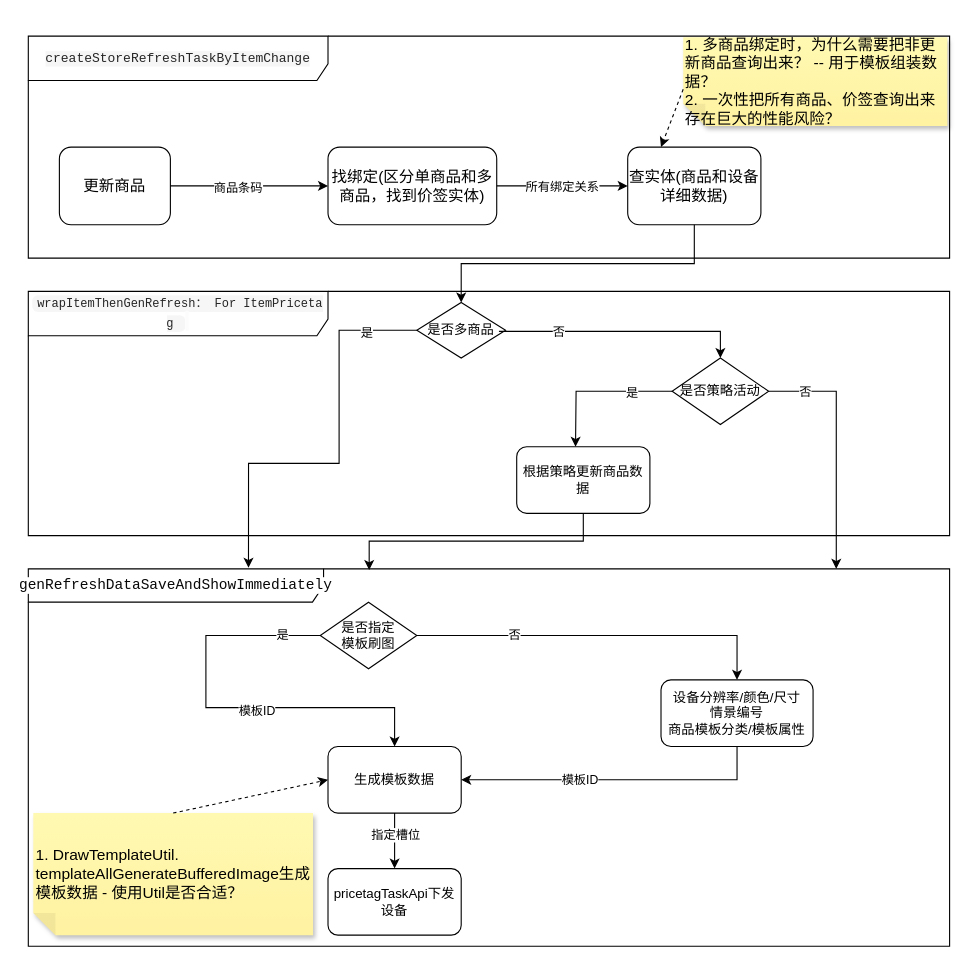
Earlier version of the draw.io diagram template-old.drawio (xuxu8511/draw.io). Source tidied: cells renumbered, new cells numbered last; positions are measured from the earlier drawing's top-left corner, leaving out a move shared by most shapes. Both pictures are drawn from the tidied source at 111%, with x=0, y=0 at pixel (28, 36).
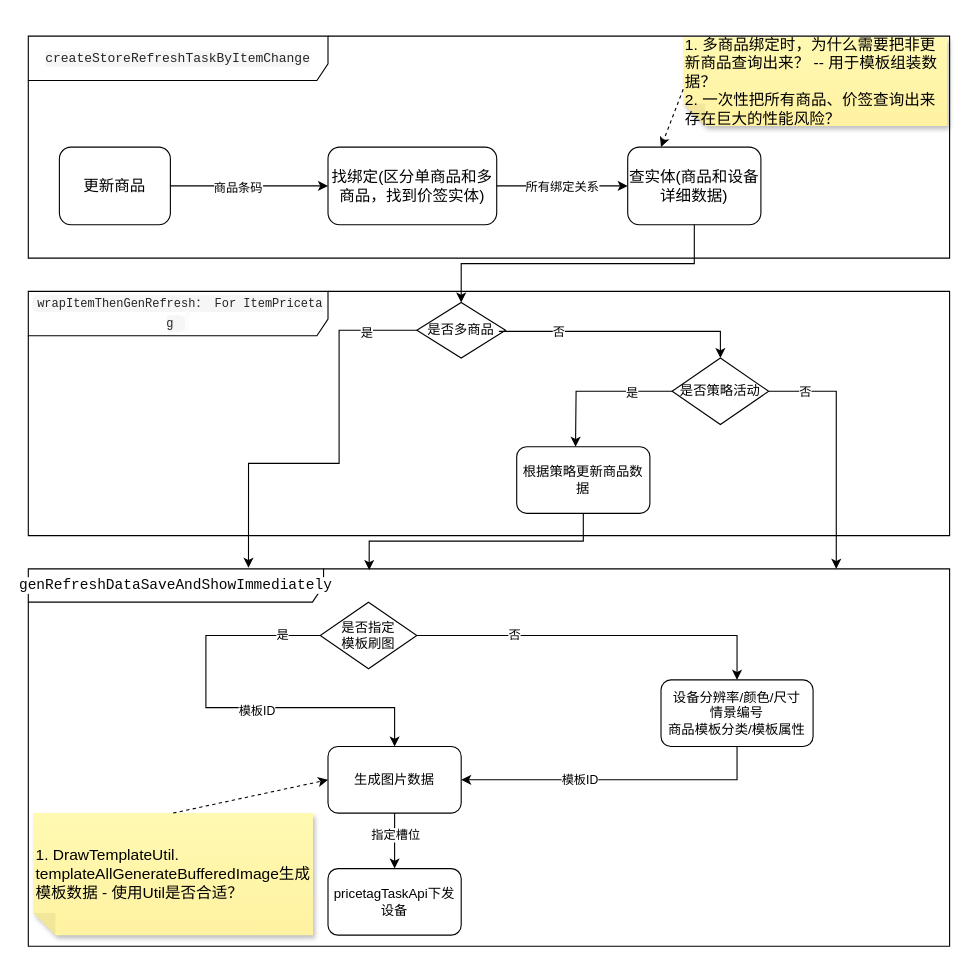
After the change.

Diff of the diagram source:
```diff
@@
-    <mxCell id="16" value="生成模板数据" style="rounded=1;whiteSpace=wrap;html=1;" parent="1" vertex="1">
+    <mxCell id="16" value="生成图片数据" style="rounded=1;whiteSpace=wrap;html=1;" parent="1" vertex="1">
       <mxGeometry x="270" y="640" width="120" height="60" as="geometry" />
     </mxCell>
```
